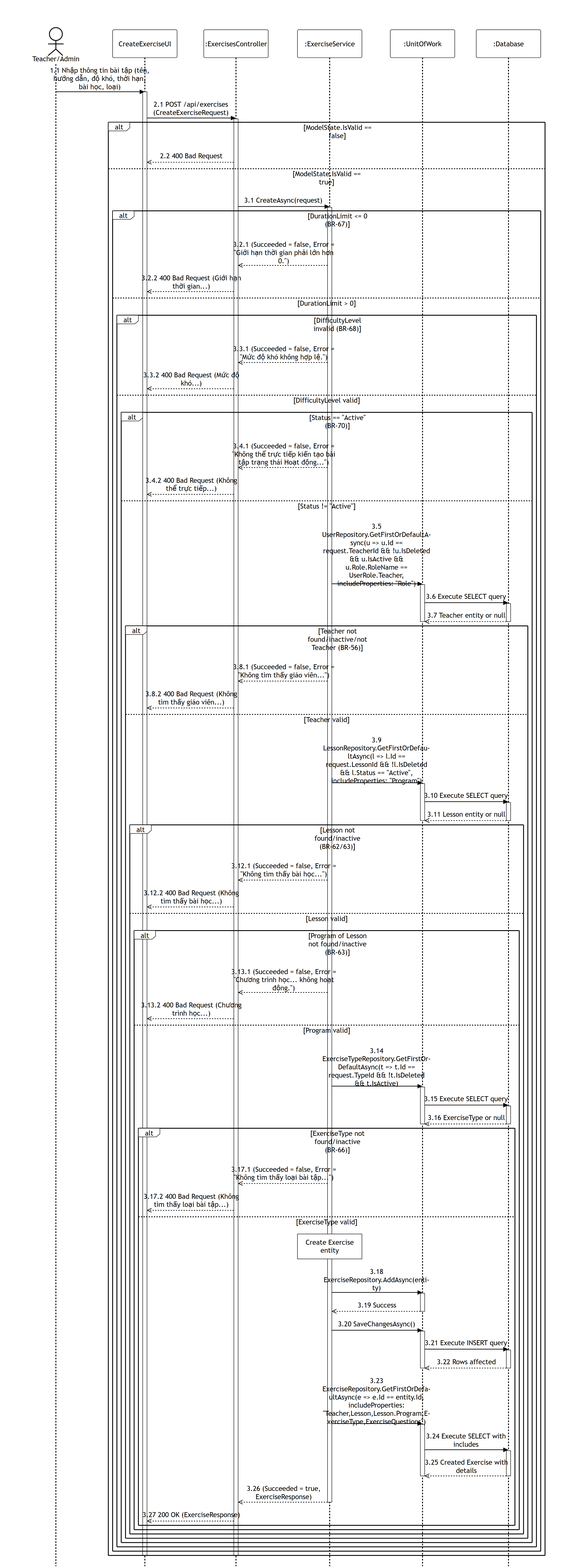
Before: 05-exercise-question-management/images/apis/create-exercise.png, a diagram exported from Mermaid (PhucAnDev/docx-diagram). Its source is kept beside it as 05-exercise-question-management/sequence-diagram/apis/create-exercise.mmd. The source it was exported from:
```mermaid
%%{init: {'theme':'base', 'themeVariables': {'actorBkg':'#ffffff','actorBorder':'#000000','actorTextColor':'#000000','actorLineColor':'#000000','signalColor':'#000000','signalTextColor':'#000000','labelBoxBkgColor':'#ffffff','labelBoxBorderColor':'#000000','labelTextColor':'#000000','loopTextColor':'#000000','noteBkgColor':'#ffffff','noteBorderColor':'#000000','noteTextColor':'#000000','activationBorderColor':'#000000','activationBkgColor':'#ffffff','sequenceNumberColor':'#000000'}, 'sequence': {'width':150,'height':65,'actorFontSize':16,'messageFontSize':16,'wrap':true,'wrapPadding':10}}}%%
sequenceDiagram
    title POST /api/exercises
    actor TeacherUser as Teacher/Admin
    participant UI as CreateExerciseUI
    participant Endpoint as :ExercisesController
    participant Service as :ExerciseService
    participant DB as :UnitOfWork
    participant Database as :Database

    TeacherUser->>UI: 1.1 Nhập thông tin bài tập (tên, hướng dẫn, độ khó, thời hạn, bài học, loại)
    activate UI
    UI->>Endpoint: 2.1 POST /api/exercises (CreateExerciseRequest)
    activate Endpoint

    alt ModelState.IsValid == false
        Endpoint-->>UI: 2.2 400 Bad Request
    else ModelState.IsValid == true
        Endpoint->>Service: 3.1 CreateAsync(request)
        activate Service

        alt DurationLimit <= 0 (BR-67)
            Service-->>Endpoint: 3.2.1 (Succeeded = false, Error = "Giới hạn thời gian phải lớn hơn 0.")
            Endpoint-->>UI: 3.2.2 400 Bad Request (Giới hạn thời gian...)
        else DurationLimit > 0
            alt DifficultyLevel invalid (BR-68)
                Service-->>Endpoint: 3.3.1 (Succeeded = false, Error = "Mức độ khó không hợp lệ.")
                Endpoint-->>UI: 3.3.2 400 Bad Request (Mức độ khó...)
            else DifficultyLevel valid
                alt Status == "Active" (BR-70)
                    Service-->>Endpoint: 3.4.1 (Succeeded = false, Error = "Không thể trực tiếp kiến tạo bài tập trạng thái Hoạt động...")
                    Endpoint-->>UI: 3.4.2 400 Bad Request (Không thể trực tiếp...)
                else Status != "Active"
                    Service->>DB: 3.5 UserRepository.GetFirstOrDefaultAsync(u => u.Id == request.TeacherId && !u.IsDeleted && u.IsActive && u.Role.RoleName == UserRole.Teacher, includeProperties: "Role")
                    activate DB
                    DB->>Database: 3.6 Execute SELECT query
                    activate Database
                    Database-->>DB: 3.7 Teacher entity or null
                    deactivate Database
                    deactivate DB

                    alt Teacher not found/inactive/not Teacher (BR-56)
                        Service-->>Endpoint: 3.8.1 (Succeeded = false, Error = "Không tìm thấy giáo viên...")
                        Endpoint-->>UI: 3.8.2 400 Bad Request (Không tìm thấy giáo viên...)
                    else Teacher valid
                        Service->>DB: 3.9 LessonRepository.GetFirstOrDefaultAsync(l => l.Id == request.LessonId && !l.IsDeleted && l.Status == "Active", includeProperties: "Program")
                        activate DB
                        DB->>Database: 3.10 Execute SELECT query
                        activate Database
                        Database-->>DB: 3.11 Lesson entity or null
                        deactivate Database
                        deactivate DB

                        alt Lesson not found/inactive (BR-62/63)
                            Service-->>Endpoint: 3.12.1 (Succeeded = false, Error = "Không tìm thấy bài học...")
                            Endpoint-->>UI: 3.12.2 400 Bad Request (Không tìm thấy bài học...)
                        else Lesson valid
                            alt Program of Lesson not found/inactive (BR-63)
                                Service-->>Endpoint: 3.13.1 (Succeeded = false, Error = "Chương trình học... không hoạt động.")
                                Endpoint-->>UI: 3.13.2 400 Bad Request (Chương trình học...)
                            else Program valid
                                Service->>DB: 3.14 ExerciseTypeRepository.GetFirstOrDefaultAsync(t => t.Id == request.TypeId && !t.IsDeleted && t.IsActive)
                                activate DB
                                DB->>Database: 3.15 Execute SELECT query
                                activate Database
                                Database-->>DB: 3.16 ExerciseType or null
                                deactivate Database
                                deactivate DB

                                alt ExerciseType not found/inactive (BR-66)
                                    Service-->>Endpoint: 3.17.1 (Succeeded = false, Error = "Không tìm thấy loại bài tập...")
                                    Endpoint-->>UI: 3.17.2 400 Bad Request (Không tìm thấy loại bài tập...)
                                else ExerciseType valid
                                    note over Service: Create Exercise entity

                                    Service->>DB: 3.18 ExerciseRepository.AddAsync(entity)
                                    activate DB
                                    DB-->>Service: 3.19 Success
                                    deactivate DB

                                    Service->>DB: 3.20 SaveChangesAsync()
                                    activate DB
                                    DB->>Database: 3.21 Execute INSERT query
                                    activate Database
                                    Database-->>DB: 3.22 Rows affected
                                    deactivate Database
                                    deactivate DB

                                    Service->>DB: 3.23 ExerciseRepository.GetFirstOrDefaultAsync(e => e.Id == entity.Id, includeProperties: "Teacher,Lesson,Lesson.Program,ExerciseType,ExerciseQuestions")
                                    activate DB
                                    DB->>Database: 3.24 Execute SELECT with includes
                                    activate Database
                                    Database-->>DB: 3.25 Created Exercise with details
                                    deactivate Database
                                    deactivate DB

                                    Service-->>Endpoint: 3.26 (Succeeded = true, ExerciseResponse)
                                    deactivate Service
                                    Endpoint-->>UI: 3.27 200 OK (ExerciseResponse)
                                end
                            end
                        end
                    end
                end
            end
        end
    end
    deactivate Endpoint
    deactivate UI
```
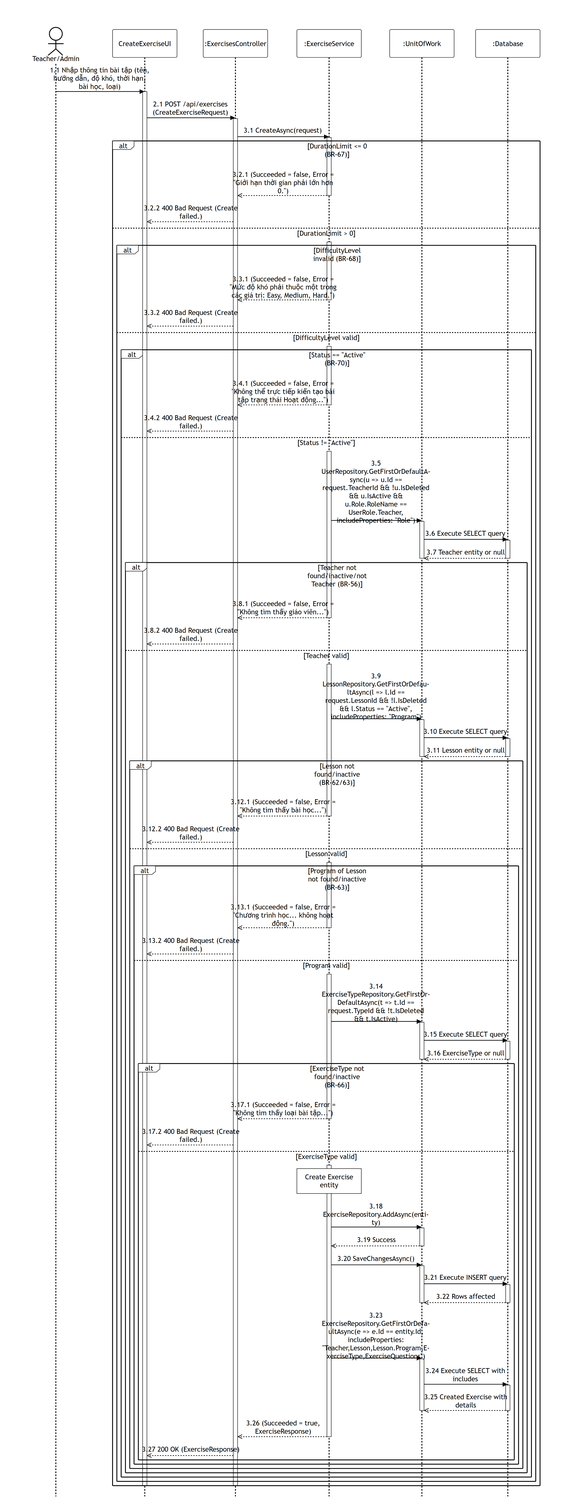
After the change.

Commit message:
fix: update create-exercise.mmd with correct validation logic, error messages, and balanced Service activations

Change to the diagram source:
```diff
@@ -13,91 +13,101 @@
     UI->>Endpoint: 2.1 POST /api/exercises (CreateExerciseRequest)
     activate Endpoint
 
-    alt ModelState.IsValid == false
-        Endpoint-->>UI: 2.2 400 Bad Request
-    else ModelState.IsValid == true
-        Endpoint->>Service: 3.1 CreateAsync(request)
+    Endpoint->>Service: 3.1 CreateAsync(request)
+    activate Service
+
+    alt DurationLimit <= 0 (BR-67)
+        Service-->>Endpoint: 3.2.1 (Succeeded = false, Error = "Giới hạn thời gian phải lớn hơn 0.")
+        deactivate Service
+        Endpoint-->>UI: 3.2.2 400 Bad Request (Create failed.)
+    else DurationLimit > 0
         activate Service
+        alt DifficultyLevel invalid (BR-68)
+            Service-->>Endpoint: 3.3.1 (Succeeded = false, Error = "Mức độ khó phải thuộc một trong các giá trị: Easy, Medium, Hard.")
+            deactivate Service
+            Endpoint-->>UI: 3.3.2 400 Bad Request (Create failed.)
+        else DifficultyLevel valid
+            activate Service
+            alt Status == "Active" (BR-70)
+                Service-->>Endpoint: 3.4.1 (Succeeded = false, Error = "Không thể trực tiếp kiến tạo bài tập trạng thái Hoạt động...")
+                deactivate Service
+                Endpoint-->>UI: 3.4.2 400 Bad Request (Create failed.)
+            else Status != "Active"
+                activate Service
+                Service->>DB: 3.5 UserRepository.GetFirstOrDefaultAsync(u => u.Id == request.TeacherId && !u.IsDeleted && u.IsActive && u.Role.RoleName == UserRole.Teacher, includeProperties: "Role")
+                activate DB
+                DB->>Database: 3.6 Execute SELECT query
+                activate Database
+                Database-->>DB: 3.7 Teacher entity or null
+                deactivate Database
+                deactivate DB
 
-        alt DurationLimit <= 0 (BR-67)
-            Service-->>Endpoint: 3.2.1 (Succeeded = false, Error = "Giới hạn thời gian phải lớn hơn 0.")
-            Endpoint-->>UI: 3.2.2 400 Bad Request (Giới hạn thời gian...)
-        else DurationLimit > 0
-            alt DifficultyLevel invalid (BR-68)
-                Service-->>Endpoint: 3.3.1 (Succeeded = false, Error = "Mức độ khó không hợp lệ.")
-                Endpoint-->>UI: 3.3.2 400 Bad Request (Mức độ khó...)
-            else DifficultyLevel valid
-                alt Status == "Active" (BR-70)
-                    Service-->>Endpoint: 3.4.1 (Succeeded = false, Error = "Không thể trực tiếp kiến tạo bài tập trạng thái Hoạt động...")
-                    Endpoint-->>UI: 3.4.2 400 Bad Request (Không thể trực tiếp...)
-                else Status != "Active"
-                    Service->>DB: 3.5 UserRepository.GetFirstOrDefaultAsync(u => u.Id == request.TeacherId && !u.IsDeleted && u.IsActive && u.Role.RoleName == UserRole.Teacher, includeProperties: "Role")
+                alt Teacher not found/inactive/not Teacher (BR-56)
+                    Service-->>Endpoint: 3.8.1 (Succeeded = false, Error = "Không tìm thấy giáo viên...")
+                    deactivate Service
+                    Endpoint-->>UI: 3.8.2 400 Bad Request (Create failed.)
+                else Teacher valid
+                    activate Service
+                    Service->>DB: 3.9 LessonRepository.GetFirstOrDefaultAsync(l => l.Id == request.LessonId && !l.IsDeleted && l.Status == "Active", includeProperties: "Program")
                     activate DB
-                    DB->>Database: 3.6 Execute SELECT query
+                    DB->>Database: 3.10 Execute SELECT query
                     activate Database
-                    Database-->>DB: 3.7 Teacher entity or null
+                    Database-->>DB: 3.11 Lesson entity or null
                     deactivate Database
                     deactivate DB
 
-                    alt Teacher not found/inactive/not Teacher (BR-56)
-                        Service-->>Endpoint: 3.8.1 (Succeeded = false, Error = "Không tìm thấy giáo viên...")
-                        Endpoint-->>UI: 3.8.2 400 Bad Request (Không tìm thấy giáo viên...)
-                    else Teacher valid
-                        Service->>DB: 3.9 LessonRepository.GetFirstOrDefaultAsync(l => l.Id == request.LessonId && !l.IsDeleted && l.Status == "Active", includeProperties: "Program")
-                        activate DB
-                        DB->>Database: 3.10 Execute SELECT query
-                        activate Database
-                        Database-->>DB: 3.11 Lesson entity or null
-                        deactivate Database
-                        deactivate DB
+                    alt Lesson not found/inactive (BR-62/63)
+                        Service-->>Endpoint: 3.12.1 (Succeeded = false, Error = "Không tìm thấy bài học...")
+                        deactivate Service
+                        Endpoint-->>UI: 3.12.2 400 Bad Request (Create failed.)
+                    else Lesson valid
+                        activate Service
+                        alt Program of Lesson not found/inactive (BR-63)
+                            Service-->>Endpoint: 3.13.1 (Succeeded = false, Error = "Chương trình học... không hoạt động.")
+                            deactivate Service
+                            Endpoint-->>UI: 3.13.2 400 Bad Request (Create failed.)
+                        else Program valid
+                            activate Service
+                            Service->>DB: 3.14 ExerciseTypeRepository.GetFirstOrDefaultAsync(t => t.Id == request.TypeId && !t.IsDeleted && t.IsActive)
+                            activate DB
+                            DB->>Database: 3.15 Execute SELECT query
+                            activate Database
+                            Database-->>DB: 3.16 ExerciseType or null
+                            deactivate Database
+                            deactivate DB
 
-                        alt Lesson not found/inactive (BR-62/63)
-                            Service-->>Endpoint: 3.12.1 (Succeeded = false, Error = "Không tìm thấy bài học...")
-                            Endpoint-->>UI: 3.12.2 400 Bad Request (Không tìm thấy bài học...)
-                        else Lesson valid
-                            alt Program of Lesson not found/inactive (BR-63)
-                                Service-->>Endpoint: 3.13.1 (Succeeded = false, Error = "Chương trình học... không hoạt động.")
-                                Endpoint-->>UI: 3.13.2 400 Bad Request (Chương trình học...)
-                            else Program valid
-                                Service->>DB: 3.14 ExerciseTypeRepository.GetFirstOrDefaultAsync(t => t.Id == request.TypeId && !t.IsDeleted && t.IsActive)
+                            alt ExerciseType not found/inactive (BR-66)
+                                Service-->>Endpoint: 3.17.1 (Succeeded = false, Error = "Không tìm thấy loại bài tập...")
+                                deactivate Service
+                                Endpoint-->>UI: 3.17.2 400 Bad Request (Create failed.)
+                            else ExerciseType valid
+                                activate Service
+                                note over Service: Create Exercise entity
+
+                                Service->>DB: 3.18 ExerciseRepository.AddAsync(entity)
                                 activate DB
-                                DB->>Database: 3.15 Execute SELECT query
+                                DB-->>Service: 3.19 Success
+                                deactivate DB
+
+                                Service->>DB: 3.20 SaveChangesAsync()
+                                activate DB
+                                DB->>Database: 3.21 Execute INSERT query
                                 activate Database
-                                Database-->>DB: 3.16 ExerciseType or null
+                                Database-->>DB: 3.22 Rows affected
                                 deactivate Database
                                 deactivate DB
 
-                                alt ExerciseType not found/inactive (BR-66)
-                                    Service-->>Endpoint: 3.17.1 (Succeeded = false, Error = "Không tìm thấy loại bài tập...")
-                                    Endpoint-->>UI: 3.17.2 400 Bad Request (Không tìm thấy loại bài tập...)
-                                else ExerciseType valid
-                                    note over Service: Create Exercise entity
+                                Service->>DB: 3.23 ExerciseRepository.GetFirstOrDefaultAsync(e => e.Id == entity.Id, includeProperties: "Teacher,Lesson,Lesson.Program,ExerciseType,ExerciseQuestions")
+                                activate DB
+                                DB->>Database: 3.24 Execute SELECT with includes
+                                activate Database
+                                Database-->>DB: 3.25 Created Exercise with details
+                                deactivate Database
+                                deactivate DB
 
-                                    Service->>DB: 3.18 ExerciseRepository.AddAsync(entity)
-                                    activate DB
-                                    DB-->>Service: 3.19 Success
-                                    deactivate DB
-
-                                    Service->>DB: 3.20 SaveChangesAsync()
-                                    activate DB
-                                    DB->>Database: 3.21 Execute INSERT query
-                                    activate Database
-                                    Database-->>DB: 3.22 Rows affected
-                                    deactivate Database
-                                    deactivate DB
-
-                                    Service->>DB: 3.23 ExerciseRepository.GetFirstOrDefaultAsync(e => e.Id == entity.Id, includeProperties: "Teacher,Lesson,Lesson.Program,ExerciseType,ExerciseQuestions")
-                                    activate DB
-                                    DB->>Database: 3.24 Execute SELECT with includes
-                                    activate Database
-                                    Database-->>DB: 3.25 Created Exercise with details
-                                    deactivate Database
-                                    deactivate DB
-
-                                    Service-->>Endpoint: 3.26 (Succeeded = true, ExerciseResponse)
-                                    deactivate Service
-                                    Endpoint-->>UI: 3.27 200 OK (ExerciseResponse)
-                                end
+                                Service-->>Endpoint: 3.26 (Succeeded = true, ExerciseResponse)
+                                deactivate Service
+                                Endpoint-->>UI: 3.27 200 OK (ExerciseResponse)
                             end
                         end
                     end
```
